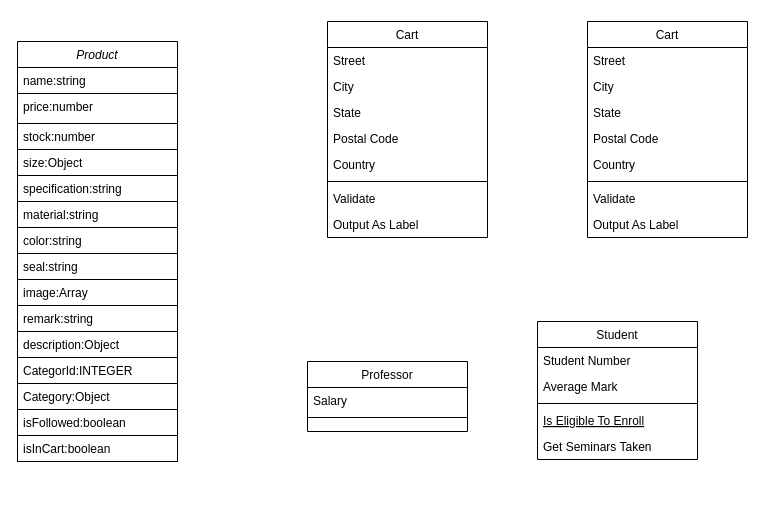
Before: public/Untitled Diagram.drawio in iita71737/xxstudiotw-vue, a draw.io diagram. Source tidied: cells renumbered, new cells numbered last; positions are measured from the earlier drawing's top-left corner, leaving out a move shared by most shapes. Both pictures are drawn from the tidied source at 100%, with x=0, y=0 at pixel (17, 21).
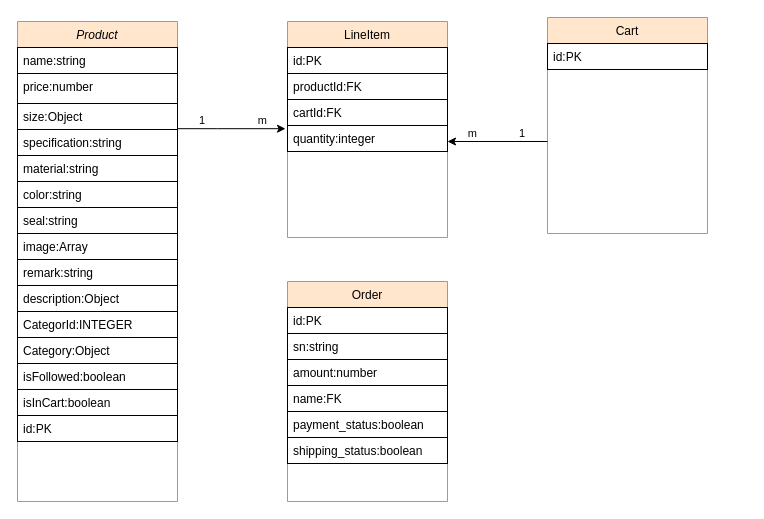
The same page after the edit.

What changed in the source:
```diff
@@
-    <mxCell id="2" value="Product" style="swimlane;fontStyle=2;align=center;verticalAlign=top;horizontal=1;startSize=26;rounded=0;shadow=0;strokeWidth=1;" parent="1" vertex="1">
-      <mxGeometry y="20" width="160" height="420" as="geometry" />
+    <mxCell id="2" value="Product" style="swimlane;fontStyle=2;align=center;verticalAlign=top;horizontal=1;startSize=26;rounded=0;shadow=0;strokeWidth=1;fillColor=#ffe6cc;strokeColor=#d79b00;" parent="1" vertex="1">
+      <mxGeometry width="160" height="480" as="geometry" />
     </mxCell>
@@
-    <mxCell id="5" value="stock:number" style="text;align=left;verticalAlign=top;spacingLeft=4;spacingRight=4;overflow=hidden;rounded=0;shadow=0;html=0;strokeColor=default;" parent="2" vertex="1">
-      <mxGeometry y="82" width="160" height="26" as="geometry" />
-    </mxCell>
     <mxCell id="6" value="size:Object" style="text;align=left;verticalAlign=top;spacingLeft=4;spacingRight=4;overflow=hidden;rounded=0;shadow=0;html=0;strokeColor=default;" parent="2" vertex="1">
-      <mxGeometry y="108" width="160" height="26" as="geometry" />
+      <mxGeometry y="82" width="160" height="26" as="geometry" />
     </mxCell>
     <mxCell id="7" value="specification:string" style="text;align=left;verticalAlign=top;spacingLeft=4;spacingRight=4;overflow=hidden;rounded=0;shadow=0;html=0;strokeColor=default;" parent="2" vertex="1">
-      <mxGeometry y="134" width="160" height="26" as="geometry" />
+      <mxGeometry y="108" width="160" height="26" as="geometry" />
     </mxCell>
     <mxCell id="8" value="material:string" style="text;align=left;verticalAlign=top;spacingLeft=4;spacingRight=4;overflow=hidden;rounded=0;shadow=0;html=0;strokeColor=default;" parent="2" vertex="1">
-      <mxGeometry y="160" width="160" height="26" as="geometry" />
+      <mxGeometry y="134" width="160" height="26" as="geometry" />
     </mxCell>
     <mxCell id="9" value="color:string" style="text;align=left;verticalAlign=top;spacingLeft=4;spacingRight=4;overflow=hidden;rounded=0;shadow=0;html=0;strokeColor=default;" parent="2" vertex="1">
-      <mxGeometry y="186" width="160" height="26" as="geometry" />
+      <mxGeometry y="160" width="160" height="26" as="geometry" />
     </mxCell>
     <mxCell id="10" value="seal:string" style="text;align=left;verticalAlign=top;spacingLeft=4;spacingRight=4;overflow=hidden;rounded=0;shadow=0;html=0;strokeColor=default;" parent="2" vertex="1">
-      <mxGeometry y="212" width="160" height="26" as="geometry" />
+      <mxGeometry y="186" width="160" height="26" as="geometry" />
     </mxCell>
     <mxCell id="11" value="image:Array" style="text;align=left;verticalAlign=top;spacingLeft=4;spacingRight=4;overflow=hidden;rounded=0;shadow=0;html=0;strokeColor=default;" parent="2" vertex="1">
-      <mxGeometry y="238" width="160" height="26" as="geometry" />
+      <mxGeometry y="212" width="160" height="26" as="geometry" />
     </mxCell>
     <mxCell id="12" value="remark:string" style="text;align=left;verticalAlign=top;spacingLeft=4;spacingRight=4;overflow=hidden;rounded=0;shadow=0;html=0;strokeColor=default;" parent="2" vertex="1">
-      <mxGeometry y="264" width="160" height="26" as="geometry" />
+      <mxGeometry y="238" width="160" height="26" as="geometry" />
     </mxCell>
     <mxCell id="13" value="description:Object" style="text;align=left;verticalAlign=top;spacingLeft=4;spacingRight=4;overflow=hidden;rounded=0;shadow=0;html=0;strokeColor=default;" parent="2" vertex="1">
-      <mxGeometry y="290" width="160" height="26" as="geometry" />
+      <mxGeometry y="264" width="160" height="26" as="geometry" />
     </mxCell>
     <mxCell id="14" value="CategorId:INTEGER" style="text;align=left;verticalAlign=top;spacingLeft=4;spacingRight=4;overflow=hidden;rounded=0;shadow=0;html=0;strokeColor=default;" parent="2" vertex="1">
-      <mxGeometry y="316" width="160" height="26" as="geometry" />
+      <mxGeometry y="290" width="160" height="26" as="geometry" />
     </mxCell>
     <mxCell id="15" value="Category:Object" style="text;align=left;verticalAlign=top;spacingLeft=4;spacingRight=4;overflow=hidden;rounded=0;shadow=0;html=0;strokeColor=default;" parent="2" vertex="1">
-      <mxGeometry y="342" width="160" height="26" as="geometry" />
+      <mxGeometry y="316" width="160" height="26" as="geometry" />
     </mxCell>
     <mxCell id="16" value="isFollowed:boolean" style="text;align=left;verticalAlign=top;spacingLeft=4;spacingRight=4;overflow=hidden;rounded=0;shadow=0;html=0;strokeColor=default;" parent="2" vertex="1">
-      <mxGeometry y="368" width="160" height="26" as="geometry" />
+      <mxGeometry y="342" width="160" height="26" as="geometry" />
     </mxCell>
     <mxCell id="17" value="isInCart:boolean" style="text;align=left;verticalAlign=top;spacingLeft=4;spacingRight=4;overflow=hidden;rounded=0;shadow=0;html=0;strokeColor=default;" parent="2" vertex="1">
-      <mxGeometry y="394" width="160" height="26" as="geometry" />
+      <mxGeometry y="368" width="160" height="26" as="geometry" />
     </mxCell>
-    <mxCell id="18" value="Student" style="swimlane;fontStyle=0;align=center;verticalAlign=top;horizontal=1;startSize=26;rounded=0;shadow=0;strokeWidth=1;" parent="1" vertex="1">
-      <mxGeometry x="520" y="300" width="160" height="138" as="geometry" />
-    </mxCell>
-    <mxCell id="19" value="Student Number" style="text;align=left;verticalAlign=top;spacingLeft=4;spacingRight=4;overflow=hidden;" parent="18" vertex="1">
-      <mxGeometry y="26" width="160" height="26" as="geometry" />
-    </mxCell>
-    <mxCell id="20" value="Average Mark" style="text;align=left;verticalAlign=top;spacingLeft=4;spacingRight=4;overflow=hidden;rounded=0;shadow=0;html=0;" parent="18" vertex="1">
-      <mxGeometry y="52" width="160" height="26" as="geometry" />
-    </mxCell>
-    <mxCell id="21" style="line;html=1;strokeWidth=1;align=left;verticalAlign=middle;spacingTop=-1;spacingLeft=3;spacingRight=3;labelPosition=right;" parent="18" vertex="1">
-      <mxGeometry y="78" width="160" height="8" as="geometry" />
-    </mxCell>
-    <mxCell id="22" value="Is Eligible To Enroll" style="text;align=left;verticalAlign=top;spacingLeft=4;spacingRight=4;overflow=hidden;fontStyle=4;" parent="18" vertex="1">
-      <mxGeometry y="86" width="160" height="26" as="geometry" />
-    </mxCell>
-    <mxCell id="23" value="Get Seminars Taken" style="text;align=left;verticalAlign=top;spacingLeft=4;spacingRight=4;overflow=hidden;" parent="18" vertex="1">
-      <mxGeometry y="112" width="160" height="26" as="geometry" />
-    </mxCell>
+    <mxCell id="45" value="id:PK&#10;" style="text;align=left;verticalAlign=top;spacingLeft=4;spacingRight=4;overflow=hidden;rounded=0;shadow=0;html=0;strokeColor=default;" parent="2" vertex="1">
+      <mxGeometry y="394" width="160" height="26" as="geometry" />
+    </mxCell>
-    <mxCell id="24" value="Professor" style="swimlane;fontStyle=0;align=center;verticalAlign=top;horizontal=1;startSize=26;rounded=0;shadow=0;strokeWidth=1;" parent="1" vertex="1">
-      <mxGeometry x="290" y="340" width="160" height="70" as="geometry" />
+    <mxCell id="24" value="Order" style="swimlane;fontStyle=0;align=center;verticalAlign=top;horizontal=1;startSize=26;rounded=0;shadow=0;strokeWidth=1;fillColor=#ffe6cc;strokeColor=#d79b00;" parent="1" vertex="1">
+      <mxGeometry x="270" y="260" width="160" height="220" as="geometry" />
     </mxCell>
-    <mxCell id="25" value="Salary" style="text;align=left;verticalAlign=top;spacingLeft=4;spacingRight=4;overflow=hidden;" parent="24" vertex="1">
+    <mxCell id="25" value="id:PK" style="text;align=left;verticalAlign=top;spacingLeft=4;spacingRight=4;overflow=hidden;strokeColor=default;" parent="24" vertex="1">
       <mxGeometry y="26" width="160" height="26" as="geometry" />
     </mxCell>
-    <mxCell id="26" style="line;html=1;strokeWidth=1;align=left;verticalAlign=middle;spacingTop=-1;spacingLeft=3;spacingRight=3;labelPosition=right;" parent="24" vertex="1">
-      <mxGeometry y="52" width="160" height="8" as="geometry" />
-    </mxCell>
+    <mxCell id="46" value="sn:string" style="text;align=left;verticalAlign=top;spacingLeft=4;spacingRight=4;overflow=hidden;strokeColor=default;" parent="24" vertex="1">
+      <mxGeometry y="52" width="160" height="26" as="geometry" />
+    </mxCell>
+    <mxCell id="47" value="amount:number" style="text;align=left;verticalAlign=top;spacingLeft=4;spacingRight=4;overflow=hidden;strokeColor=default;" parent="24" vertex="1">
+      <mxGeometry y="78" width="160" height="26" as="geometry" />
+    </mxCell>
+    <mxCell id="48" value="name:FK" style="text;align=left;verticalAlign=top;spacingLeft=4;spacingRight=4;overflow=hidden;strokeColor=default;" parent="24" vertex="1">
+      <mxGeometry y="104" width="160" height="26" as="geometry" />
+    </mxCell>
+    <mxCell id="49" value="payment_status:boolean" style="text;align=left;verticalAlign=top;spacingLeft=4;spacingRight=4;overflow=hidden;strokeColor=default;" parent="24" vertex="1">
+      <mxGeometry y="130" width="160" height="26" as="geometry" />
+    </mxCell>
+    <mxCell id="50" value="shipping_status:boolean" style="text;align=left;verticalAlign=top;spacingLeft=4;spacingRight=4;overflow=hidden;strokeColor=default;" parent="24" vertex="1">
+      <mxGeometry y="156" width="160" height="26" as="geometry" />
+    </mxCell>
-    <mxCell id="27" value="Cart" style="swimlane;fontStyle=0;align=center;verticalAlign=top;horizontal=1;startSize=26;rounded=0;shadow=0;strokeWidth=1;" parent="1" vertex="1">
-      <mxGeometry x="570" width="160" height="216" as="geometry" />
+    <mxCell id="27" value="Cart" style="swimlane;fontStyle=0;align=center;verticalAlign=top;horizontal=1;startSize=26;rounded=0;shadow=0;strokeWidth=1;fillColor=#ffe6cc;strokeColor=#d79b00;" parent="1" vertex="1">
+      <mxGeometry x="530" y="-4" width="160" height="216" as="geometry" />
     </mxCell>
-    <mxCell id="28" value="Street" style="text;align=left;verticalAlign=top;spacingLeft=4;spacingRight=4;overflow=hidden;" parent="27" vertex="1">
+    <mxCell id="28" value="id:PK" style="text;align=left;verticalAlign=top;spacingLeft=4;spacingRight=4;overflow=hidden;strokeColor=default;" parent="27" vertex="1">
       <mxGeometry y="26" width="160" height="26" as="geometry" />
     </mxCell>
-    <mxCell id="29" value="City" style="text;align=left;verticalAlign=top;spacingLeft=4;spacingRight=4;overflow=hidden;rounded=0;shadow=0;html=0;" parent="27" vertex="1">
-      <mxGeometry y="52" width="160" height="26" as="geometry" />
-    </mxCell>
-    <mxCell id="30" value="State" style="text;align=left;verticalAlign=top;spacingLeft=4;spacingRight=4;overflow=hidden;rounded=0;shadow=0;html=0;" parent="27" vertex="1">
-      <mxGeometry y="78" width="160" height="26" as="geometry" />
-    </mxCell>
-    <mxCell id="31" value="Postal Code" style="text;align=left;verticalAlign=top;spacingLeft=4;spacingRight=4;overflow=hidden;rounded=0;shadow=0;html=0;" parent="27" vertex="1">
-      <mxGeometry y="104" width="160" height="26" as="geometry" />
-    </mxCell>
-    <mxCell id="32" value="Country" style="text;align=left;verticalAlign=top;spacingLeft=4;spacingRight=4;overflow=hidden;rounded=0;shadow=0;html=0;" parent="27" vertex="1">
-      <mxGeometry y="130" width="160" height="26" as="geometry" />
-    </mxCell>
-    <mxCell id="33" style="line;html=1;strokeWidth=1;align=left;verticalAlign=middle;spacingTop=-1;spacingLeft=3;spacingRight=3;labelPosition=right;" parent="27" vertex="1">
-      <mxGeometry y="156" width="160" height="8" as="geometry" />
-    </mxCell>
-    <mxCell id="34" value="Validate" style="text;align=left;verticalAlign=top;spacingLeft=4;spacingRight=4;overflow=hidden;" parent="27" vertex="1">
-      <mxGeometry y="164" width="160" height="26" as="geometry" />
-    </mxCell>
-    <mxCell id="35" value="Output As Label" style="text;align=left;verticalAlign=top;spacingLeft=4;spacingRight=4;overflow=hidden;" parent="27" vertex="1">
-      <mxGeometry y="190" width="160" height="26" as="geometry" />
-    </mxCell>
-    <mxCell id="36" value="Cart" style="swimlane;fontStyle=0;align=center;verticalAlign=top;horizontal=1;startSize=26;rounded=0;shadow=0;strokeWidth=1;" parent="1" vertex="1">
-      <mxGeometry x="310" width="160" height="216" as="geometry" />
+    <mxCell id="36" value="LineItem" style="swimlane;fontStyle=0;align=center;verticalAlign=top;horizontal=1;startSize=26;rounded=0;shadow=0;strokeWidth=1;fillColor=#ffe6cc;strokeColor=#d79b00;" parent="1" vertex="1">
+      <mxGeometry x="270" width="160" height="216" as="geometry" />
     </mxCell>
-    <mxCell id="37" value="Street" style="text;align=left;verticalAlign=top;spacingLeft=4;spacingRight=4;overflow=hidden;" parent="36" vertex="1">
+    <mxCell id="37" value="id:PK" style="text;align=left;verticalAlign=top;spacingLeft=4;spacingRight=4;overflow=hidden;strokeColor=default;" parent="36" vertex="1">
       <mxGeometry y="26" width="160" height="26" as="geometry" />
     </mxCell>
-    <mxCell id="38" value="City" style="text;align=left;verticalAlign=top;spacingLeft=4;spacingRight=4;overflow=hidden;rounded=0;shadow=0;html=0;" parent="36" vertex="1">
+    <mxCell id="38" value="productId:FK" style="text;align=left;verticalAlign=top;spacingLeft=4;spacingRight=4;overflow=hidden;rounded=0;shadow=0;html=0;strokeColor=default;" parent="36" vertex="1">
       <mxGeometry y="52" width="160" height="26" as="geometry" />
     </mxCell>
-    <mxCell id="39" value="State" style="text;align=left;verticalAlign=top;spacingLeft=4;spacingRight=4;overflow=hidden;rounded=0;shadow=0;html=0;" parent="36" vertex="1">
-      <mxGeometry y="78" width="160" height="26" as="geometry" />
-    </mxCell>
-    <mxCell id="40" value="Postal Code" style="text;align=left;verticalAlign=top;spacingLeft=4;spacingRight=4;overflow=hidden;rounded=0;shadow=0;html=0;" parent="36" vertex="1">
-      <mxGeometry y="104" width="160" height="26" as="geometry" />
-    </mxCell>
-    <mxCell id="41" value="Country" style="text;align=left;verticalAlign=top;spacingLeft=4;spacingRight=4;overflow=hidden;rounded=0;shadow=0;html=0;" parent="36" vertex="1">
-      <mxGeometry y="130" width="160" height="26" as="geometry" />
-    </mxCell>
-    <mxCell id="42" style="line;html=1;strokeWidth=1;align=left;verticalAlign=middle;spacingTop=-1;spacingLeft=3;spacingRight=3;labelPosition=right;" parent="36" vertex="1">
-      <mxGeometry y="156" width="160" height="8" as="geometry" />
-    </mxCell>
-    <mxCell id="43" value="Validate" style="text;align=left;verticalAlign=top;spacingLeft=4;spacingRight=4;overflow=hidden;" parent="36" vertex="1">
-      <mxGeometry y="164" width="160" height="26" as="geometry" />
-    </mxCell>
-    <mxCell id="44" value="Output As Label" style="text;align=left;verticalAlign=top;spacingLeft=4;spacingRight=4;overflow=hidden;" parent="36" vertex="1">
-      <mxGeometry y="190" width="160" height="26" as="geometry" />
-    </mxCell>
+    <mxCell id="51" value="cartId:FK" style="text;align=left;verticalAlign=top;spacingLeft=4;spacingRight=4;overflow=hidden;rounded=0;shadow=0;html=0;strokeColor=default;" parent="36" vertex="1">
+      <mxGeometry y="78" width="160" height="26" as="geometry" />
+    </mxCell>
+    <mxCell id="52" value="quantity:integer" style="text;align=left;verticalAlign=top;spacingLeft=4;spacingRight=4;overflow=hidden;rounded=0;shadow=0;html=0;strokeColor=default;" parent="36" vertex="1">
+      <mxGeometry y="104" width="160" height="26" as="geometry" />
+    </mxCell>
+    <mxCell id="53" style="endArrow=classic;html=1;rounded=0;edgeStyle=orthogonalEdgeStyle;" parent="1" edge="1">
+      <mxGeometry relative="1" as="geometry">
+        <mxPoint x="160" y="107.2" as="sourcePoint" />
+        <mxPoint x="268" y="107.2" as="targetPoint" />
+        <Array as="points">
+          <mxPoint x="200" y="107.2" />
+          <mxPoint x="200" y="107.2" />
+        </Array>
+      </mxGeometry>
+    </mxCell>
+    <mxCell id="54" value="1" style="edgeLabel;html=1;align=left;verticalAlign=bottom;strokeColor=default;" parent="53" vertex="1">
+      <mxGeometry x="-1" relative="1" as="geometry">
+        <mxPoint x="20" as="offset" />
+      </mxGeometry>
+    </mxCell>
+    <mxCell id="55" value="m" style="edgeLabel;html=1;align=right;verticalAlign=bottom;strokeColor=default;" parent="53" vertex="1">
+      <mxGeometry x="1" relative="1" as="geometry">
+        <mxPoint x="-18" as="offset" />
+      </mxGeometry>
+    </mxCell>
+    <mxCell id="56" style="endArrow=classic;html=1;rounded=0;edgeStyle=orthogonalEdgeStyle;" parent="1" edge="1">
+      <mxGeometry relative="1" as="geometry">
+        <mxPoint x="530" y="120" as="sourcePoint" />
+        <mxPoint x="430" y="120" as="targetPoint" />
+      </mxGeometry>
+    </mxCell>
+    <mxCell id="57" value="1" style="edgeLabel;html=1;align=left;verticalAlign=bottom;strokeColor=default;" parent="56" vertex="1">
+      <mxGeometry x="-1" relative="1" as="geometry">
+        <mxPoint x="-30" as="offset" />
+      </mxGeometry>
+    </mxCell>
+    <mxCell id="58" value="m" style="edgeLabel;html=1;align=right;verticalAlign=bottom;strokeColor=default;" parent="56" vertex="1">
+      <mxGeometry x="1" relative="1" as="geometry">
+        <mxPoint x="30" as="offset" />
+      </mxGeometry>
+    </mxCell>
```
